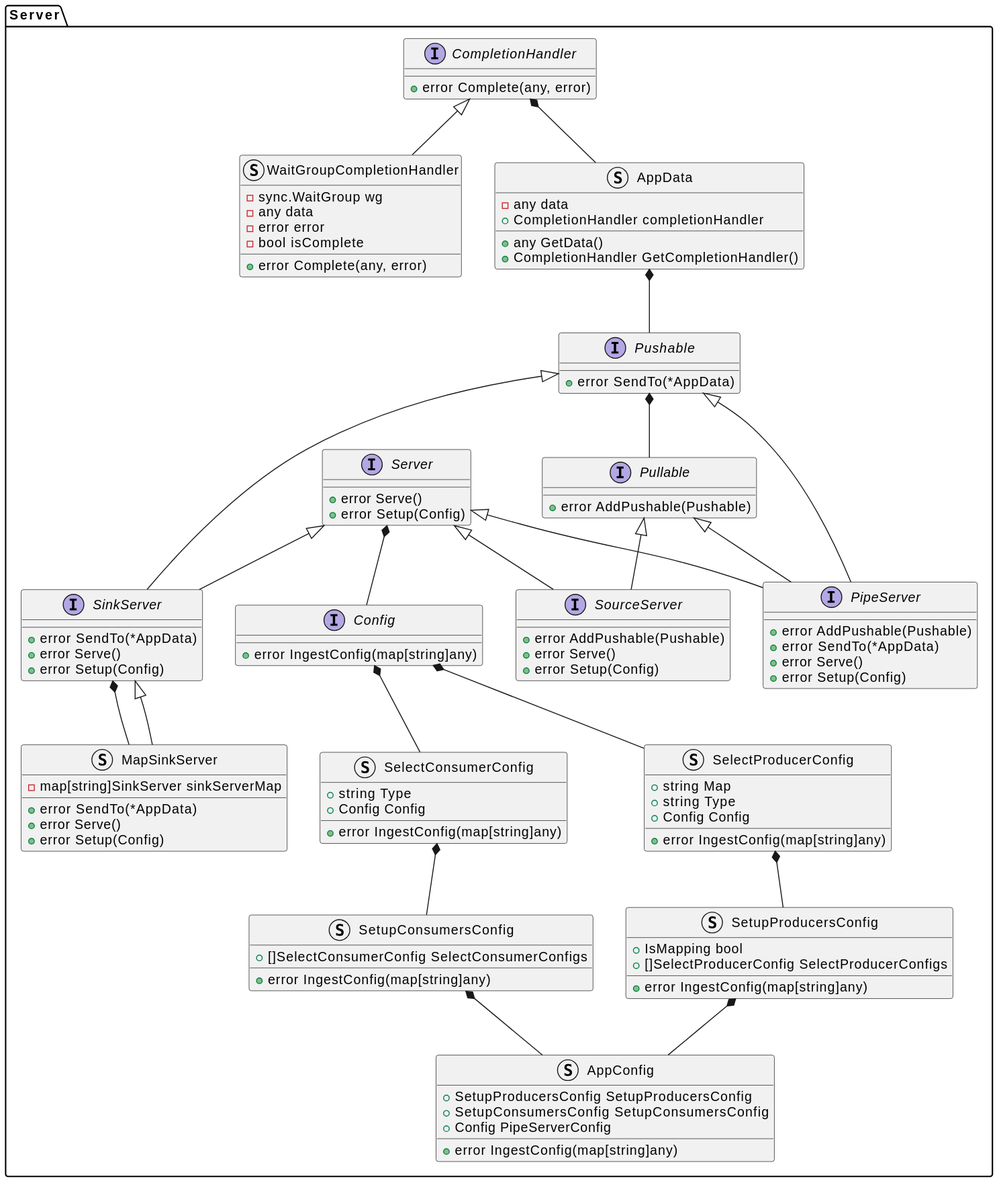
xtuml/otel2pv keeps this PlantUML diagram as docs/design_notes/DN1_JSON_Extractor/class_diagram.svg. Above is the earlier version.
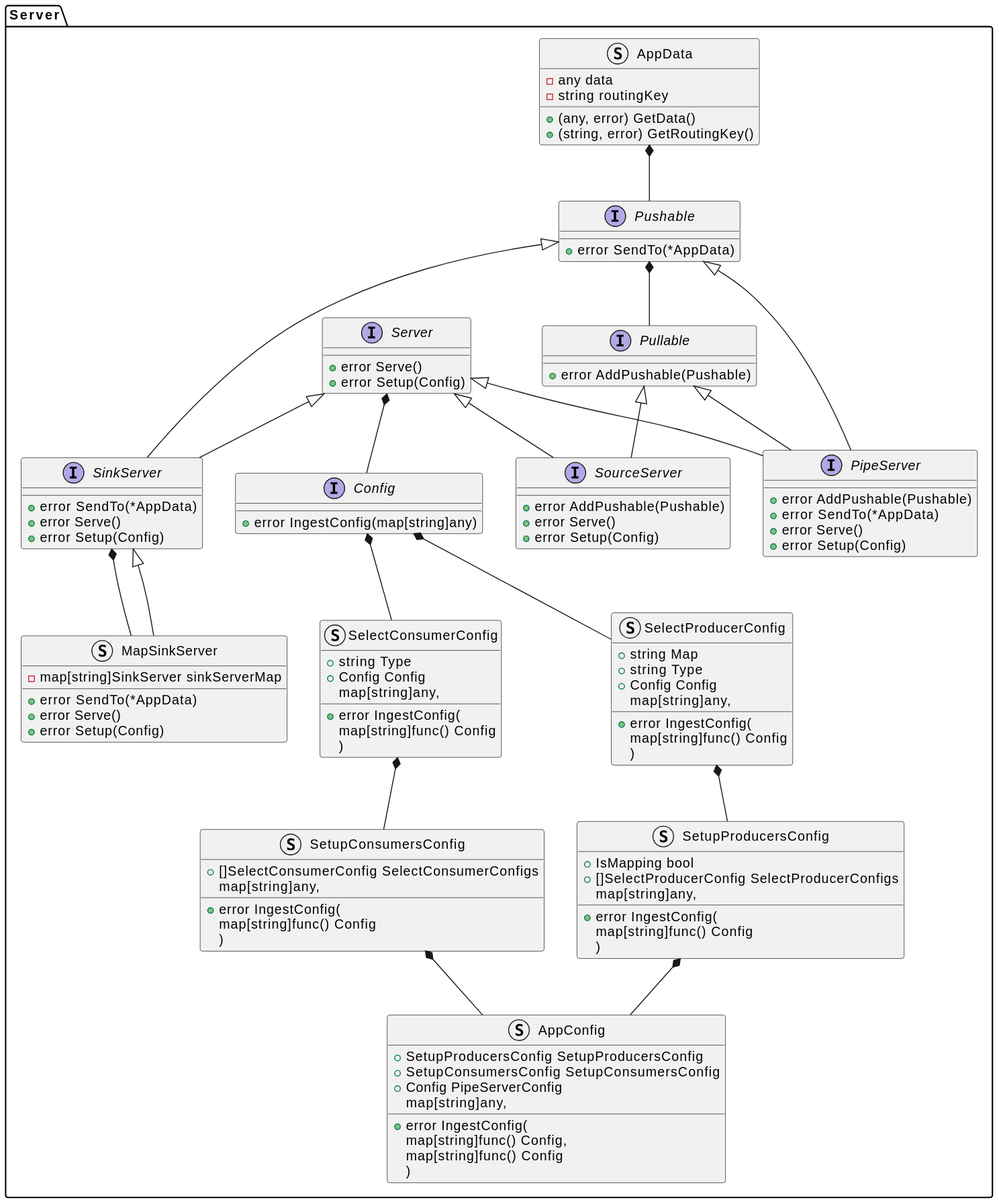
After the commit.

What changed in the source:
```diff
@@ -1,20 +1,10 @@
 @startuml
 namespace Server {
-    interface CompletionHandler {
-        +error Complete(any, error)
-    }
-    struct WaitGroupCompletionHandler {
-        -sync.WaitGroup wg
-        -any data
-        -error error
-        -bool isComplete
-        +error Complete(any, error)
-    }
     struct AppData {
         -any data
-        +CompletionHandler completionHandler
-        +any GetData()
-        +CompletionHandler GetCompletionHandler()
+        -string routingKey
+        +(any, error) GetData()
+        +(string, error) GetRoutingKey()
     }
     interface Server {
         +error Serve()
@@ -55,31 +45,45 @@
         +string Map
         +string Type
         +Config Config
-        +error IngestConfig(map[string]any)
+        +error IngestConfig(
+            map[string]any,
+            map[string]func() Config
+        )
     }
     struct SetupProducersConfig {
         +IsMapping bool
         +[]SelectProducerConfig SelectProducerConfigs
-        +error IngestConfig(map[string]any)
+        +error IngestConfig(
+            map[string]any,
+            map[string]func() Config
+        )
     }
     struct SelectConsumerConfig {
         +string Type
         +Config Config
-        +error IngestConfig(map[string]any)
+        +error IngestConfig(
+            map[string]any,
+            map[string]func() Config
+        )
     }
     struct SetupConsumersConfig {
         +[]SelectConsumerConfig SelectConsumerConfigs
-        +error IngestConfig(map[string]any)
+        +error IngestConfig(
+            map[string]any,
+            map[string]func() Config
+        )
     }
     struct AppConfig {
         +SetupProducersConfig SetupProducersConfig
         +SetupConsumersConfig SetupConsumersConfig
         +Config PipeServerConfig
-        +error IngestConfig(map[string]any)
+        +error IngestConfig(
+            map[string]any,
+            map[string]func() Config,
+            map[string]func() Config
+        )
     }
 }
-Server.CompletionHandler <|-- Server.WaitGroupCompletionHandler
-Server.CompletionHandler *-- Server.AppData
 Server.AppData *-- Server.Pushable
 Server.Server <|-- Server.SourceServer
 Server.Pushable *-- Server.Pullable
```
